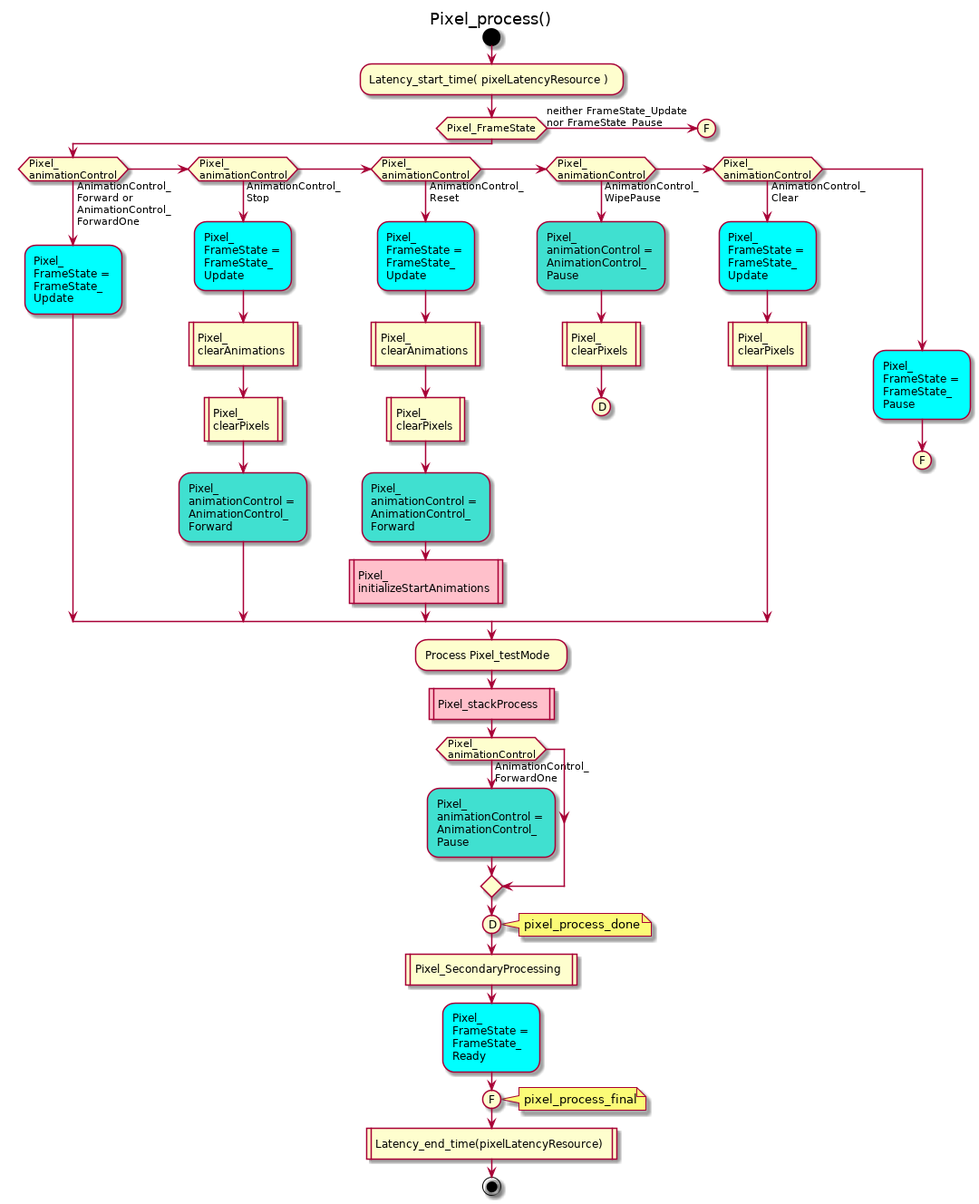
Earlier version of the PlantUML export doc/uml/Pixel_process.png (kluelogic/controller).
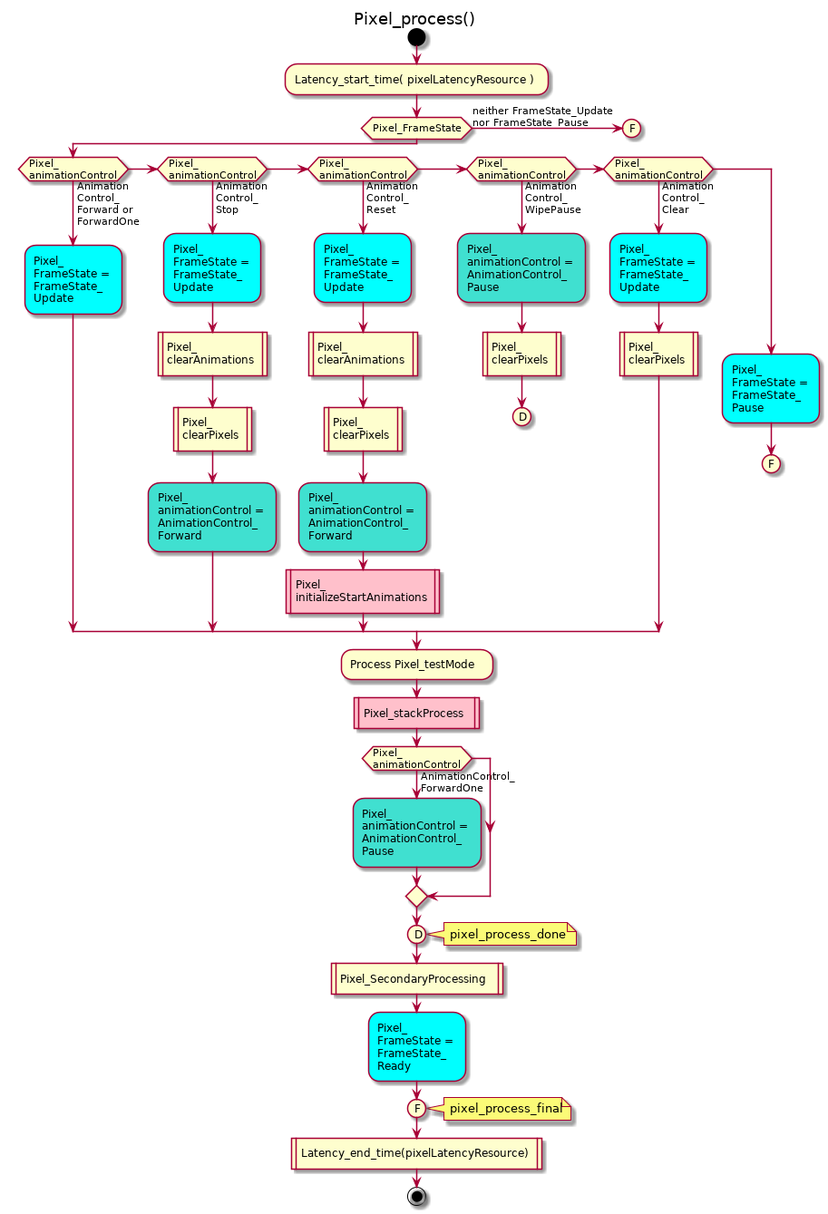
After the commit.

What changed in the source:
```diff
@@ -6,25 +6,25 @@
  (F)
  detach
 endif
-if (Pixel_\nanimationControl) then (AnimationControl_\nForward or\nAnimationControl_\nForwardOne)
+if (Pixel_\nanimationControl) then (Animation\nControl_\nForward or\nForwardOne)
  #Aqua:Pixel_\nFrameState =\nFrameState_\nUpdate;
-elseif (Pixel_\nanimationControl) then (AnimationControl_\nStop)
+elseif (Pixel_\nanimationControl) then (Animation\nControl_\nStop)
  #Aqua:Pixel_\nFrameState =\nFrameState_\nUpdate;
  :Pixel_\nclearAnimations|
  :Pixel_\nclearPixels|
  #Turquoise:Pixel_\nanimationControl =\nAnimationControl_\nForward;
-elseif (Pixel_\nanimationControl) then (AnimationControl_\nReset)
+elseif (Pixel_\nanimationControl) then (Animation\nControl_\nReset)
  #Aqua:Pixel_\nFrameState =\nFrameState_\nUpdate;
  :Pixel_\nclearAnimations|
  :Pixel_\nclearPixels|
  #Turquoise:Pixel_\nanimationControl =\nAnimationControl_\nForward;
  #Pink:Pixel_\ninitializeStartAnimations|
-elseif (Pixel_\nanimationControl) then (AnimationControl_\nWipePause)
+elseif (Pixel_\nanimationControl) then (Animation\nControl_\nWipePause)
  #Turquoise:Pixel_\nanimationControl =\nAnimationControl_\nPause;
  :Pixel_\nclearPixels|
  (D)
  detach
-elseif (Pixel_\nanimationControl) then (AnimationControl_\nClear)
+elseif (Pixel_\nanimationControl) then (Animation\nControl_\nClear)
  #Aqua:Pixel_\nFrameState =\nFrameState_\nUpdate;
  :Pixel_\nclearPixels|
 else
```
